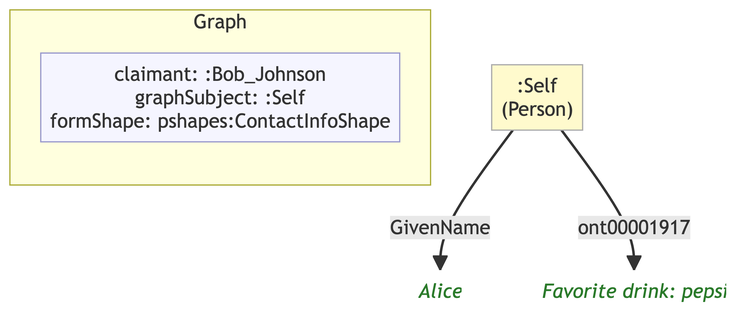
The Mermaid diagram example/graphs/images/graph-08.png in MeeFoundation/mia-ontologies, before a commit. Its source is kept beside it as example/graphs/images/graph-08.mmd.
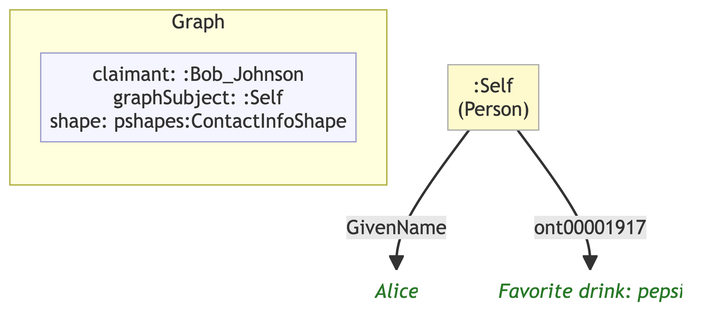
After the change.

What changed in the source:
```diff
@@ -7,12 +7,12 @@
 
     subgraph ctx["Graph"]
         direction LR
-        ctx_meta["claimant: :Bob_Johnson\ngraphSubject: :Self\nformShape: pshapes:ContactInfoShape"]:::meta
+        ctx_meta["claimant: :Bob_Johnson\ngraphSubject: :Self\nshape: pshapes:ContactInfoShape"]:::meta
     end
 
     n655e442e50be[":Self\n(Person)"]:::person
-    n3edb0d462a42("Alice"):::lit
-    n1df08d6b83c0("Favorite drink: pepsi"):::lit
+    n49bb2b4dea40("Alice"):::lit
+    nf7a8a01cf4fb("Favorite drink: pepsi"):::lit
 
-    n655e442e50be -->|"GivenName"| n3edb0d462a42
-    n655e442e50be -->|"ont00001917"| n1df08d6b83c0
+    n655e442e50be -->|"GivenName"| n49bb2b4dea40
+    n655e442e50be -->|"ont00001917"| nf7a8a01cf4fb
```
